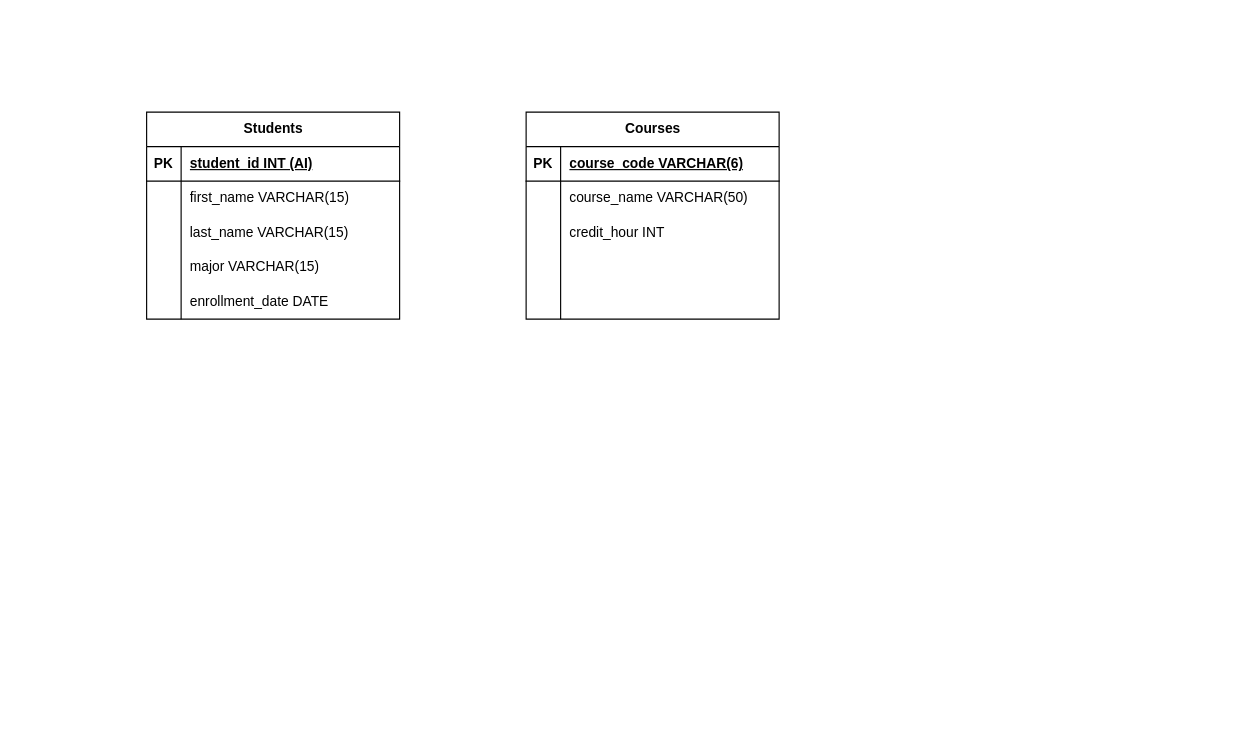
This is graded-challenge_P1_W3.drawio from suryasaputra2016/YourFirstSite, a draw.io file, before an edit. Source tidied: cells renumbered, new cells numbered last; positions are measured from the earlier drawing's top-left corner, leaving out a move shared by most shapes. Both pictures are drawn from the tidied source at 115%, with x=0, y=0 at pixel (146, 112).
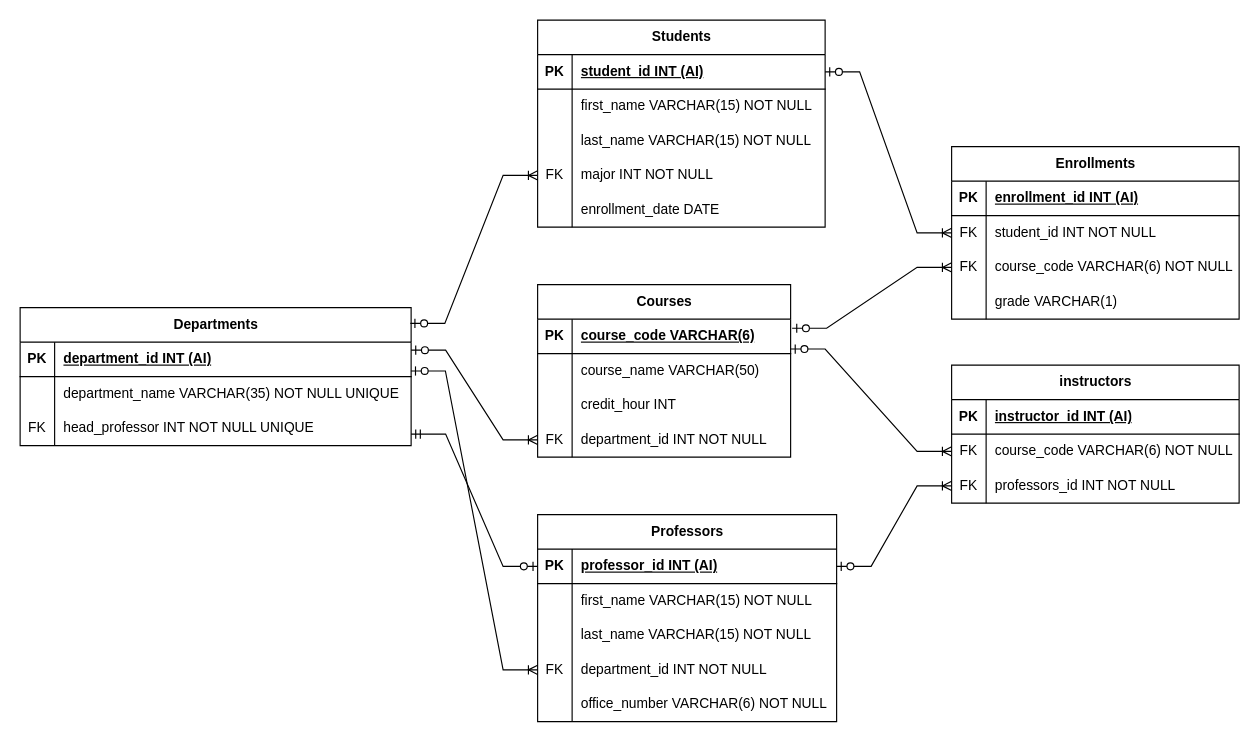
The same page after the edit.

Unchanged cells that the change refers to:
```xml
<mxCell id="19" style="shape=tableRow;horizontal=0;startSize=0;swimlaneHead=0;swimlaneBody=0;fillColor=none;points=[[0,0.5],[1,0.5]];portConstraint=eastwest;top=0;left=0;right=0;bottom=1;" parent="18" vertex="1">
  <mxGeometry y="30" width="220" height="30" as="geometry" />
</mxCell>
<mxCell id="28" style="shape=tableRow;horizontal=0;startSize=0;swimlaneHead=0;swimlaneBody=0;fillColor=none;points=[[0,0.5],[1,0.5]];portConstraint=eastwest;top=0;left=0;right=0;bottom=0;" parent="18" vertex="1">
  <mxGeometry y="120" width="220" height="30" as="geometry" />
</mxCell>
```

Diff of the diagram source:
```diff
@@
     <mxCell id="2" value="Students" style="shape=table;startSize=30;childLayout=tableLayout;rowLines=0;fontStyle=1;align=center;html=1;" parent="1" vertex="1">
-      <mxGeometry width="220" height="180" as="geometry" />
+      <mxGeometry x="340" y="-80" width="250" height="180" as="geometry" />
     </mxCell>
     <mxCell id="3" style="shape=tableRow;horizontal=0;startSize=0;swimlaneHead=0;swimlaneBody=0;fillColor=none;points=[[0,0.5],[1,0.5]];portConstraint=eastwest;top=0;left=0;right=0;bottom=1;" parent="2" vertex="1">
-      <mxGeometry y="30" width="220" height="30" as="geometry" />
+      <mxGeometry y="30" width="250" height="30" as="geometry" />
     </mxCell>
@@
     <mxCell id="5" value="student_id INT (AI)" style="shape=partialRectangle;fillColor=none;top=0;left=0;bottom=0;right=0;align=left;spacingLeft=6;fontStyle=5;overflow=hidden;whiteSpace=wrap;html=1;" parent="3" vertex="1">
-      <mxGeometry x="30" width="190" height="30" as="geometry" />
+      <mxGeometry x="30" width="220" height="30" as="geometry" />
     </mxCell>
     <mxCell id="6" style="shape=tableRow;horizontal=0;startSize=0;swimlaneHead=0;swimlaneBody=0;fillColor=none;top=0;left=0;right=0;bottom=0;" parent="2" vertex="1">
-      <mxGeometry y="60" width="220" height="30" as="geometry" />
+      <mxGeometry y="60" width="250" height="30" as="geometry" />
     </mxCell>
@@
-    <mxCell id="8" value="first_name VARCHAR(15)" style="shape=partialRectangle;fillColor=none;top=0;left=0;bottom=0;right=0;align=left;spacingLeft=6;overflow=hidden;whiteSpace=wrap;html=1;" parent="6" vertex="1">
-      <mxGeometry x="30" width="190" height="30" as="geometry" />
+    <mxCell id="8" value="first_name VARCHAR(15) NOT NULL" style="shape=partialRectangle;fillColor=none;top=0;left=0;bottom=0;right=0;align=left;spacingLeft=6;overflow=hidden;whiteSpace=wrap;html=1;" parent="6" vertex="1">
+      <mxGeometry x="30" width="220" height="30" as="geometry" />
     </mxCell>
     <mxCell id="9" style="shape=tableRow;horizontal=0;startSize=0;swimlaneHead=0;swimlaneBody=0;fillColor=none;top=0;left=0;right=0;bottom=0;" parent="2" vertex="1">
-      <mxGeometry y="90" width="220" height="30" as="geometry" />
+      <mxGeometry y="90" width="250" height="30" as="geometry" />
     </mxCell>
@@
-    <mxCell id="11" value="last_name VARCHAR(15)" style="shape=partialRectangle;fillColor=none;top=0;left=0;bottom=0;right=0;align=left;spacingLeft=6;overflow=hidden;whiteSpace=wrap;html=1;" parent="9" vertex="1">
-      <mxGeometry x="30" width="190" height="30" as="geometry" />
+    <mxCell id="11" value="last_name VARCHAR(15) NOT NULL" style="shape=partialRectangle;fillColor=none;top=0;left=0;bottom=0;right=0;align=left;spacingLeft=6;overflow=hidden;whiteSpace=wrap;html=1;" parent="9" vertex="1">
+      <mxGeometry x="30" width="220" height="30" as="geometry" />
     </mxCell>
     <mxCell id="12" style="shape=tableRow;horizontal=0;startSize=0;swimlaneHead=0;swimlaneBody=0;fillColor=none;points=[[0,0.5],[1,0.5]];portConstraint=eastwest;top=0;left=0;right=0;bottom=0;" parent="2" vertex="1">
-      <mxGeometry y="120" width="220" height="30" as="geometry" />
+      <mxGeometry y="120" width="250" height="30" as="geometry" />
     </mxCell>
-    <mxCell id="13" style="shape=partialRectangle;fillColor=none;top=0;left=0;bottom=0;right=0;overflow=hidden;whiteSpace=wrap;html=1;" parent="12" vertex="1">
+    <mxCell id="13" value="FK" style="shape=partialRectangle;fillColor=none;top=0;left=0;bottom=0;right=0;overflow=hidden;whiteSpace=wrap;html=1;" parent="12" vertex="1">
       <mxGeometry width="30" height="30" as="geometry" />
     </mxCell>
-    <mxCell id="14" value="major VARCHAR(15)" style="shape=partialRectangle;fillColor=none;top=0;left=0;bottom=0;right=0;align=left;spacingLeft=6;overflow=hidden;whiteSpace=wrap;html=1;" parent="12" vertex="1">
-      <mxGeometry x="30" width="190" height="30" as="geometry" />
+    <mxCell id="14" value="major INT NOT NULL" style="shape=partialRectangle;fillColor=none;top=0;left=0;bottom=0;right=0;align=left;spacingLeft=6;overflow=hidden;whiteSpace=wrap;html=1;" parent="12" vertex="1">
+      <mxGeometry x="30" width="220" height="30" as="geometry" />
     </mxCell>
     <mxCell id="15" style="shape=tableRow;horizontal=0;startSize=0;swimlaneHead=0;swimlaneBody=0;fillColor=none;top=0;left=0;right=0;bottom=0;" parent="2" vertex="1">
-      <mxGeometry y="150" width="220" height="30" as="geometry" />
+      <mxGeometry y="150" width="250" height="30" as="geometry" />
     </mxCell>
@@
     <mxCell id="17" value="enrollment_date DATE" style="shape=partialRectangle;fillColor=none;top=0;left=0;bottom=0;right=0;align=left;spacingLeft=6;overflow=hidden;whiteSpace=wrap;html=1;" parent="15" vertex="1">
-      <mxGeometry x="30" width="190" height="30" as="geometry" />
+      <mxGeometry x="30" width="220" height="30" as="geometry" />
     </mxCell>
     <mxCell id="18" value="Courses" style="shape=table;startSize=30;childLayout=tableLayout;rowLines=0;fontStyle=1;align=center;html=1;" parent="1" vertex="1">
-      <mxGeometry x="330" width="220" height="180" as="geometry" />
+      <mxGeometry x="340" y="150" width="220" height="150" as="geometry" />
     </mxCell>
@@
-    <mxCell id="29" style="shape=partialRectangle;fillColor=none;top=0;left=0;bottom=0;right=0;overflow=hidden;whiteSpace=wrap;html=1;" parent="28" vertex="1">
-      <mxGeometry width="30" height="30" as="geometry" />
-    </mxCell>
-    <mxCell id="30" style="shape=partialRectangle;fillColor=none;top=0;left=0;bottom=0;right=0;align=left;spacingLeft=6;overflow=hidden;whiteSpace=wrap;html=1;" parent="28" vertex="1">
-      <mxGeometry x="30" width="190" height="30" as="geometry" />
-    </mxCell>
-    <mxCell id="31" style="shape=tableRow;horizontal=0;startSize=0;swimlaneHead=0;swimlaneBody=0;fillColor=none;top=0;left=0;right=0;bottom=0;" parent="18" vertex="1">
-      <mxGeometry y="150" width="220" height="30" as="geometry" />
-    </mxCell>
-    <mxCell id="32" style="shape=partialRectangle;fillColor=none;top=0;left=0;bottom=0;right=0;overflow=hidden;whiteSpace=wrap;html=1;" parent="31" vertex="1">
-      <mxGeometry width="30" height="30" as="geometry" />
-    </mxCell>
-    <mxCell id="33" style="shape=partialRectangle;fillColor=none;top=0;left=0;bottom=0;right=0;align=left;spacingLeft=6;overflow=hidden;whiteSpace=wrap;html=1;" parent="31" vertex="1">
-      <mxGeometry x="30" width="190" height="30" as="geometry" />
-    </mxCell>
+    <mxCell id="34" value="FK" style="shape=partialRectangle;fillColor=none;top=0;left=0;bottom=0;right=0;overflow=hidden;whiteSpace=wrap;html=1;" parent="28" vertex="1">
+      <mxGeometry width="30" height="30" as="geometry" />
+    </mxCell>
+    <mxCell id="35" value="department_id INT NOT NULL" style="shape=partialRectangle;fillColor=none;top=0;left=0;bottom=0;right=0;align=left;spacingLeft=6;overflow=hidden;whiteSpace=wrap;html=1;" parent="28" vertex="1">
+      <mxGeometry x="30" width="190" height="30" as="geometry" />
+    </mxCell>
+    <mxCell id="36" value="Professors" style="shape=table;startSize=30;childLayout=tableLayout;rowLines=0;fontStyle=1;align=center;html=1;" parent="1" vertex="1">
+      <mxGeometry x="340" y="350" width="260" height="180" as="geometry" />
+    </mxCell>
+    <mxCell id="37" style="shape=tableRow;horizontal=0;startSize=0;swimlaneHead=0;swimlaneBody=0;fillColor=none;points=[[0,0.5],[1,0.5]];portConstraint=eastwest;top=0;left=0;right=0;bottom=1;" parent="36" vertex="1">
+      <mxGeometry y="30" width="260" height="30" as="geometry" />
+    </mxCell>
+    <mxCell id="38" value="PK" style="shape=partialRectangle;fillColor=none;top=0;left=0;bottom=0;right=0;fontStyle=1;overflow=hidden;whiteSpace=wrap;html=1;" parent="37" vertex="1">
+      <mxGeometry width="30" height="30" as="geometry" />
+    </mxCell>
+    <mxCell id="39" value="professor_id INT (AI)" style="shape=partialRectangle;fillColor=none;top=0;left=0;bottom=0;right=0;align=left;spacingLeft=6;fontStyle=5;overflow=hidden;whiteSpace=wrap;html=1;" parent="37" vertex="1">
+      <mxGeometry x="30" width="230" height="30" as="geometry" />
+    </mxCell>
+    <mxCell id="40" style="shape=tableRow;horizontal=0;startSize=0;swimlaneHead=0;swimlaneBody=0;fillColor=none;top=0;left=0;right=0;bottom=0;" parent="36" vertex="1">
+      <mxGeometry y="60" width="260" height="30" as="geometry" />
+    </mxCell>
+    <mxCell id="41" style="shape=partialRectangle;fillColor=none;top=0;left=0;bottom=0;right=0;overflow=hidden;whiteSpace=wrap;html=1;" parent="40" vertex="1">
+      <mxGeometry width="30" height="30" as="geometry" />
+    </mxCell>
+    <mxCell id="42" value="first_name VARCHAR(15) NOT NULL" style="shape=partialRectangle;fillColor=none;top=0;left=0;bottom=0;right=0;align=left;spacingLeft=6;overflow=hidden;whiteSpace=wrap;html=1;" parent="40" vertex="1">
+      <mxGeometry x="30" width="230" height="30" as="geometry" />
+    </mxCell>
+    <mxCell id="43" style="shape=tableRow;horizontal=0;startSize=0;swimlaneHead=0;swimlaneBody=0;fillColor=none;top=0;left=0;right=0;bottom=0;" parent="36" vertex="1">
+      <mxGeometry y="90" width="260" height="30" as="geometry" />
+    </mxCell>
+    <mxCell id="44" style="shape=partialRectangle;fillColor=none;top=0;left=0;bottom=0;right=0;overflow=hidden;whiteSpace=wrap;html=1;" parent="43" vertex="1">
+      <mxGeometry width="30" height="30" as="geometry" />
+    </mxCell>
+    <mxCell id="45" value="last_name VARCHAR(15) NOT NULL" style="shape=partialRectangle;fillColor=none;top=0;left=0;bottom=0;right=0;align=left;spacingLeft=6;overflow=hidden;whiteSpace=wrap;html=1;" parent="43" vertex="1">
+      <mxGeometry x="30" width="230" height="30" as="geometry" />
+    </mxCell>
+    <mxCell id="46" style="shape=tableRow;horizontal=0;startSize=0;swimlaneHead=0;swimlaneBody=0;fillColor=none;points=[[0,0.5],[1,0.5]];portConstraint=eastwest;top=0;left=0;right=0;bottom=0;" parent="36" vertex="1">
+      <mxGeometry y="120" width="260" height="30" as="geometry" />
+    </mxCell>
+    <mxCell id="47" value="FK" style="shape=partialRectangle;fillColor=none;top=0;left=0;bottom=0;right=0;overflow=hidden;whiteSpace=wrap;html=1;" parent="46" vertex="1">
+      <mxGeometry width="30" height="30" as="geometry" />
+    </mxCell>
+    <mxCell id="48" value="department_id INT NOT NULL" style="shape=partialRectangle;fillColor=none;top=0;left=0;bottom=0;right=0;align=left;spacingLeft=6;overflow=hidden;whiteSpace=wrap;html=1;" parent="46" vertex="1">
+      <mxGeometry x="30" width="230" height="30" as="geometry" />
+    </mxCell>
+    <mxCell id="49" style="shape=tableRow;horizontal=0;startSize=0;swimlaneHead=0;swimlaneBody=0;fillColor=none;top=0;left=0;right=0;bottom=0;" parent="36" vertex="1">
+      <mxGeometry y="150" width="260" height="30" as="geometry" />
+    </mxCell>
+    <mxCell id="50" style="shape=partialRectangle;fillColor=none;top=0;left=0;bottom=0;right=0;overflow=hidden;whiteSpace=wrap;html=1;" parent="49" vertex="1">
+      <mxGeometry width="30" height="30" as="geometry" />
+    </mxCell>
+    <mxCell id="51" value="office_number VARCHAR(6) NOT NULL" style="shape=partialRectangle;fillColor=none;top=0;left=0;bottom=0;right=0;align=left;spacingLeft=6;overflow=hidden;whiteSpace=wrap;html=1;" parent="49" vertex="1">
+      <mxGeometry x="30" width="230" height="30" as="geometry" />
+    </mxCell>
+    <mxCell id="52" value="Enrollments" style="shape=table;startSize=30;childLayout=tableLayout;rowLines=0;fontStyle=1;align=center;html=1;" parent="1" vertex="1">
+      <mxGeometry x="700" y="30" width="250" height="150" as="geometry" />
+    </mxCell>
+    <mxCell id="53" style="shape=tableRow;horizontal=0;startSize=0;swimlaneHead=0;swimlaneBody=0;fillColor=none;top=0;left=0;right=0;bottom=1;" parent="52" vertex="1">
+      <mxGeometry y="30" width="250" height="30" as="geometry" />
+    </mxCell>
+    <mxCell id="54" value="PK" style="shape=partialRectangle;fillColor=none;top=0;left=0;bottom=0;right=0;fontStyle=1;overflow=hidden;whiteSpace=wrap;html=1;" parent="53" vertex="1">
+      <mxGeometry width="30" height="30" as="geometry" />
+    </mxCell>
+    <mxCell id="55" value="enrollment_id INT (AI)" style="shape=partialRectangle;fillColor=none;top=0;left=0;bottom=0;right=0;align=left;spacingLeft=6;fontStyle=5;overflow=hidden;whiteSpace=wrap;html=1;" parent="53" vertex="1">
+      <mxGeometry x="30" width="220" height="30" as="geometry" />
+    </mxCell>
+    <mxCell id="56" style="shape=tableRow;horizontal=0;startSize=0;swimlaneHead=0;swimlaneBody=0;fillColor=none;points=[[0,0.5],[1,0.5]];portConstraint=eastwest;top=0;left=0;right=0;bottom=0;" parent="52" vertex="1">
+      <mxGeometry y="60" width="250" height="30" as="geometry" />
+    </mxCell>
+    <mxCell id="57" value="FK" style="shape=partialRectangle;fillColor=none;top=0;left=0;bottom=0;right=0;overflow=hidden;whiteSpace=wrap;html=1;" parent="56" vertex="1">
+      <mxGeometry width="30" height="30" as="geometry" />
+    </mxCell>
+    <mxCell id="58" value="student_id INT NOT NULL" style="shape=partialRectangle;fillColor=none;top=0;left=0;bottom=0;right=0;align=left;spacingLeft=6;overflow=hidden;whiteSpace=wrap;html=1;" parent="56" vertex="1">
+      <mxGeometry x="30" width="220" height="30" as="geometry" />
+    </mxCell>
+    <mxCell id="59" style="shape=tableRow;horizontal=0;startSize=0;swimlaneHead=0;swimlaneBody=0;fillColor=none;points=[[0,0.5],[1,0.5]];portConstraint=eastwest;top=0;left=0;right=0;bottom=0;" parent="52" vertex="1">
+      <mxGeometry y="90" width="250" height="30" as="geometry" />
+    </mxCell>
+    <mxCell id="60" value="FK" style="shape=partialRectangle;fillColor=none;top=0;left=0;bottom=0;right=0;overflow=hidden;whiteSpace=wrap;html=1;" parent="59" vertex="1">
+      <mxGeometry width="30" height="30" as="geometry" />
+    </mxCell>
+    <mxCell id="61" value="course_code VARCHAR(6) NOT NULL" style="shape=partialRectangle;fillColor=none;top=0;left=0;bottom=0;right=0;align=left;spacingLeft=6;overflow=hidden;whiteSpace=wrap;html=1;" parent="59" vertex="1">
+      <mxGeometry x="30" width="220" height="30" as="geometry" />
+    </mxCell>
+    <mxCell id="62" style="shape=tableRow;horizontal=0;startSize=0;swimlaneHead=0;swimlaneBody=0;fillColor=none;top=0;left=0;right=0;bottom=0;" parent="52" vertex="1">
+      <mxGeometry y="120" width="250" height="30" as="geometry" />
+    </mxCell>
+    <mxCell id="63" style="shape=partialRectangle;fillColor=none;top=0;left=0;bottom=0;right=0;overflow=hidden;whiteSpace=wrap;html=1;" parent="62" vertex="1">
+      <mxGeometry width="30" height="30" as="geometry" />
+    </mxCell>
+    <mxCell id="64" value="grade VARCHAR(1)" style="shape=partialRectangle;fillColor=none;top=0;left=0;bottom=0;right=0;align=left;spacingLeft=6;overflow=hidden;whiteSpace=wrap;html=1;" parent="62" vertex="1">
+      <mxGeometry x="30" width="220" height="30" as="geometry" />
+    </mxCell>
+    <mxCell id="65" value="Departments" style="shape=table;startSize=30;childLayout=tableLayout;rowLines=0;fontStyle=1;align=center;html=1;" parent="1" vertex="1">
+      <mxGeometry x="-110" y="170" width="340" height="120" as="geometry" />
+    </mxCell>
+    <mxCell id="66" style="shape=tableRow;horizontal=0;startSize=0;swimlaneHead=0;swimlaneBody=0;fillColor=none;top=0;left=0;right=0;bottom=1;" parent="65" vertex="1">
+      <mxGeometry y="30" width="340" height="30" as="geometry" />
+    </mxCell>
+    <mxCell id="67" value="PK" style="shape=partialRectangle;fillColor=none;top=0;left=0;bottom=0;right=0;fontStyle=1;overflow=hidden;whiteSpace=wrap;html=1;" parent="66" vertex="1">
+      <mxGeometry width="30" height="30" as="geometry" />
+    </mxCell>
+    <mxCell id="68" value="department_id INT (AI)" style="shape=partialRectangle;fillColor=none;top=0;left=0;bottom=0;right=0;align=left;spacingLeft=6;fontStyle=5;overflow=hidden;whiteSpace=wrap;html=1;" parent="66" vertex="1">
+      <mxGeometry x="30" width="310" height="30" as="geometry" />
+    </mxCell>
+    <mxCell id="69" style="shape=tableRow;horizontal=0;startSize=0;swimlaneHead=0;swimlaneBody=0;fillColor=none;top=0;left=0;right=0;bottom=0;" parent="65" vertex="1">
+      <mxGeometry y="60" width="340" height="30" as="geometry" />
+    </mxCell>
+    <mxCell id="70" style="shape=partialRectangle;fillColor=none;top=0;left=0;bottom=0;right=0;overflow=hidden;whiteSpace=wrap;html=1;" parent="69" vertex="1">
+      <mxGeometry width="30" height="30" as="geometry" />
+    </mxCell>
+    <mxCell id="71" value="department_name VARCHAR(35) NOT NULL UNIQUE" style="shape=partialRectangle;fillColor=none;top=0;left=0;bottom=0;right=0;align=left;spacingLeft=6;overflow=hidden;whiteSpace=wrap;html=1;" parent="69" vertex="1">
+      <mxGeometry x="30" width="310" height="30" as="geometry" />
+    </mxCell>
+    <mxCell id="72" style="shape=tableRow;horizontal=0;startSize=0;swimlaneHead=0;swimlaneBody=0;fillColor=none;top=0;left=0;right=0;bottom=0;" parent="65" vertex="1">
+      <mxGeometry y="90" width="340" height="30" as="geometry" />
+    </mxCell>
+    <mxCell id="73" value="FK" style="shape=partialRectangle;fillColor=none;top=0;left=0;bottom=0;right=0;overflow=hidden;whiteSpace=wrap;html=1;" parent="72" vertex="1">
+      <mxGeometry width="30" height="30" as="geometry" />
+    </mxCell>
+    <mxCell id="74" value="head_professor INT NOT NULL UNIQUE" style="shape=partialRectangle;fillColor=none;top=0;left=0;bottom=0;right=0;align=left;spacingLeft=6;overflow=hidden;whiteSpace=wrap;html=1;" parent="72" vertex="1">
+      <mxGeometry x="30" width="310" height="30" as="geometry" />
+    </mxCell>
+    <mxCell id="75" value="instructors" style="shape=table;startSize=30;childLayout=tableLayout;rowLines=0;fontStyle=1;align=center;html=1;" parent="1" vertex="1">
+      <mxGeometry x="700" y="220" width="250" height="120" as="geometry" />
+    </mxCell>
+    <mxCell id="76" style="shape=tableRow;horizontal=0;startSize=0;swimlaneHead=0;swimlaneBody=0;fillColor=none;top=0;left=0;right=0;bottom=1;" parent="75" vertex="1">
+      <mxGeometry y="30" width="250" height="30" as="geometry" />
+    </mxCell>
+    <mxCell id="77" value="PK" style="shape=partialRectangle;fillColor=none;top=0;left=0;bottom=0;right=0;fontStyle=1;overflow=hidden;whiteSpace=wrap;html=1;" parent="76" vertex="1">
+      <mxGeometry width="30" height="30" as="geometry" />
+    </mxCell>
+    <mxCell id="78" value="instructor_id INT (AI)" style="shape=partialRectangle;fillColor=none;top=0;left=0;bottom=0;right=0;align=left;spacingLeft=6;fontStyle=5;overflow=hidden;whiteSpace=wrap;html=1;" parent="76" vertex="1">
+      <mxGeometry x="30" width="220" height="30" as="geometry" />
+    </mxCell>
+    <mxCell id="79" style="shape=tableRow;horizontal=0;startSize=0;swimlaneHead=0;swimlaneBody=0;fillColor=none;top=0;left=0;right=0;bottom=0;" parent="75" vertex="1">
+      <mxGeometry y="60" width="250" height="30" as="geometry" />
+    </mxCell>
+    <mxCell id="80" value="FK" style="shape=partialRectangle;fillColor=none;top=0;left=0;bottom=0;right=0;overflow=hidden;whiteSpace=wrap;html=1;" parent="79" vertex="1">
+      <mxGeometry width="30" height="30" as="geometry" />
+    </mxCell>
+    <mxCell id="81" value="course_code VARCHAR(6) NOT NULL" style="shape=partialRectangle;fillColor=none;top=0;left=0;bottom=0;right=0;align=left;spacingLeft=6;overflow=hidden;whiteSpace=wrap;html=1;" parent="79" vertex="1">
+      <mxGeometry x="30" width="220" height="30" as="geometry" />
+    </mxCell>
+    <mxCell id="82" style="shape=tableRow;horizontal=0;startSize=0;swimlaneHead=0;swimlaneBody=0;fillColor=none;points=[[0,0.5],[1,0.5]];portConstraint=eastwest;top=0;left=0;right=0;bottom=0;" parent="75" vertex="1">
+      <mxGeometry y="90" width="250" height="30" as="geometry" />
+    </mxCell>
+    <mxCell id="83" value="FK" style="shape=partialRectangle;fillColor=none;top=0;left=0;bottom=0;right=0;overflow=hidden;whiteSpace=wrap;html=1;" parent="82" vertex="1">
+      <mxGeometry width="30" height="30" as="geometry" />
+    </mxCell>
+    <mxCell id="84" value="professors_id INT NOT NULL" style="shape=partialRectangle;fillColor=none;top=0;left=0;bottom=0;right=0;align=left;spacingLeft=6;overflow=hidden;whiteSpace=wrap;html=1;" parent="82" vertex="1">
+      <mxGeometry x="30" width="220" height="30" as="geometry" />
+    </mxCell>
+    <mxCell id="85" style="edgeStyle=entityRelationEdgeStyle;fontSize=12;html=1;endArrow=ERoneToMany;startArrow=ERzeroToOne;rounded=0;entryX=0;entryY=0.5;entryDx=0;entryDy=0;" parent="1" edge="1" target="28">
+      <mxGeometry relative="1" as="geometry">
+        <mxPoint x="230" y="207" as="sourcePoint" />
+      </mxGeometry>
+    </mxCell>
+    <mxCell id="86" style="edgeStyle=entityRelationEdgeStyle;fontSize=12;html=1;endArrow=ERoneToMany;startArrow=ERzeroToOne;rounded=0;exitX=1.008;exitY=0.114;exitDx=0;exitDy=0;exitPerimeter=0;entryX=0;entryY=0.5;entryDx=0;entryDy=0;" parent="1" edge="1" target="12">
+      <mxGeometry relative="1" as="geometry">
+        <mxPoint x="229.3" y="183.7" as="sourcePoint" />
+      </mxGeometry>
+    </mxCell>
+    <mxCell id="87" style="edgeStyle=entityRelationEdgeStyle;fontSize=12;html=1;endArrow=ERoneToMany;startArrow=ERzeroToOne;rounded=0;entryX=0;entryY=0.5;entryDx=0;entryDy=0;exitX=0.996;exitY=0.836;exitDx=0;exitDy=0;exitPerimeter=0;" parent="1" edge="1" target="46">
+      <mxGeometry relative="1" as="geometry">
+        <mxPoint x="229.8" y="225.1" as="sourcePoint" />
+      </mxGeometry>
+    </mxCell>
+    <mxCell id="88" style="edgeStyle=entityRelationEdgeStyle;fontSize=12;html=1;endArrow=ERzeroToOne;startArrow=ERmandOne;rounded=0;" parent="1" edge="1" target="37">
+      <mxGeometry relative="1" as="geometry">
+        <mxPoint x="230" y="280" as="sourcePoint" />
+        <Array as="points">
+          <mxPoint x="10" y="200" />
+          <mxPoint x="250" y="226" />
+        </Array>
+      </mxGeometry>
+    </mxCell>
+    <mxCell id="89" style="edgeStyle=entityRelationEdgeStyle;fontSize=12;html=1;endArrow=ERoneToMany;startArrow=ERzeroToOne;rounded=0;exitX=1;exitY=0.5;exitDx=0;exitDy=0;entryX=0;entryY=0.5;entryDx=0;entryDy=0;" parent="1" edge="1" source="3" target="56">
+      <mxGeometry relative="1" as="geometry" />
+    </mxCell>
+    <mxCell id="90" style="edgeStyle=entityRelationEdgeStyle;fontSize=12;html=1;endArrow=ERoneToMany;startArrow=ERzeroToOne;rounded=0;exitX=1.006;exitY=0.265;exitDx=0;exitDy=0;entryX=0;entryY=0.5;entryDx=0;entryDy=0;exitPerimeter=0;" parent="1" edge="1" source="19" target="59">
+      <mxGeometry relative="1" as="geometry" />
+    </mxCell>
+    <mxCell id="91" style="edgeStyle=entityRelationEdgeStyle;fontSize=12;html=1;endArrow=ERoneToMany;startArrow=ERzeroToOne;rounded=0;entryX=0;entryY=0.5;entryDx=0;entryDy=0;" parent="1" edge="1">
+      <mxGeometry relative="1" as="geometry">
+        <mxPoint x="560" y="206" as="sourcePoint" />
+        <mxPoint x="700" y="295" as="targetPoint" />
+        <Array as="points">
+          <mxPoint x="689" y="379" />
+        </Array>
+      </mxGeometry>
+    </mxCell>
+    <mxCell id="92" style="edgeStyle=entityRelationEdgeStyle;fontSize=12;html=1;endArrow=ERoneToMany;startArrow=ERzeroToOne;rounded=0;exitX=1;exitY=0.5;exitDx=0;exitDy=0;entryX=0;entryY=0.5;entryDx=0;entryDy=0;" parent="1" edge="1" source="37" target="82">
+      <mxGeometry relative="1" as="geometry">
+        <Array as="points">
+          <mxPoint x="699" y="389" />
+        </Array>
+      </mxGeometry>
+    </mxCell>
```
